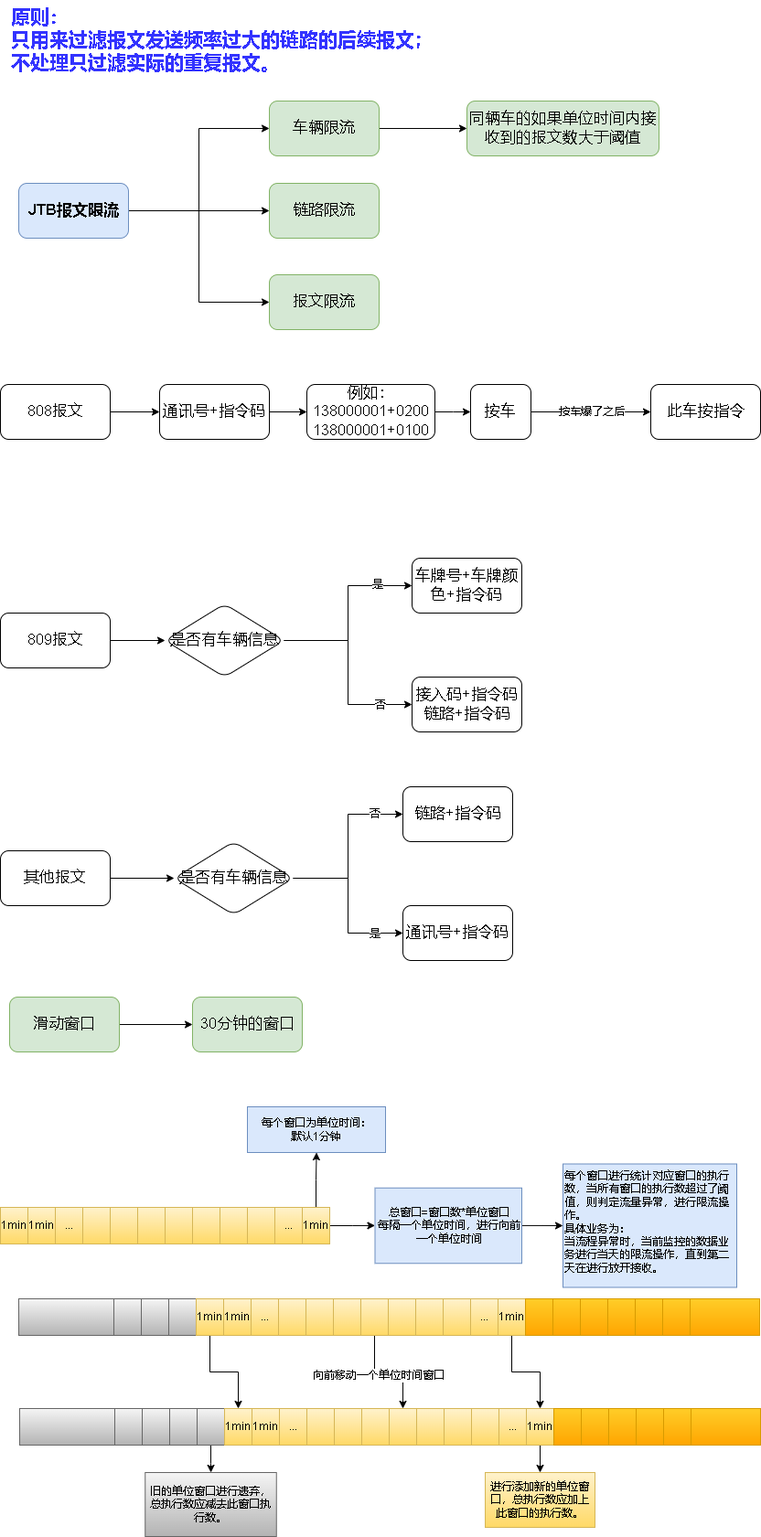
Above: jtb报文限流.drawio.png in xktder/draw (draw.io), before the change. Source tidied: cells renumbered, new cells last; positions are measured from the earlier drawing's top-left corner, leaving out a move shared by most shapes.
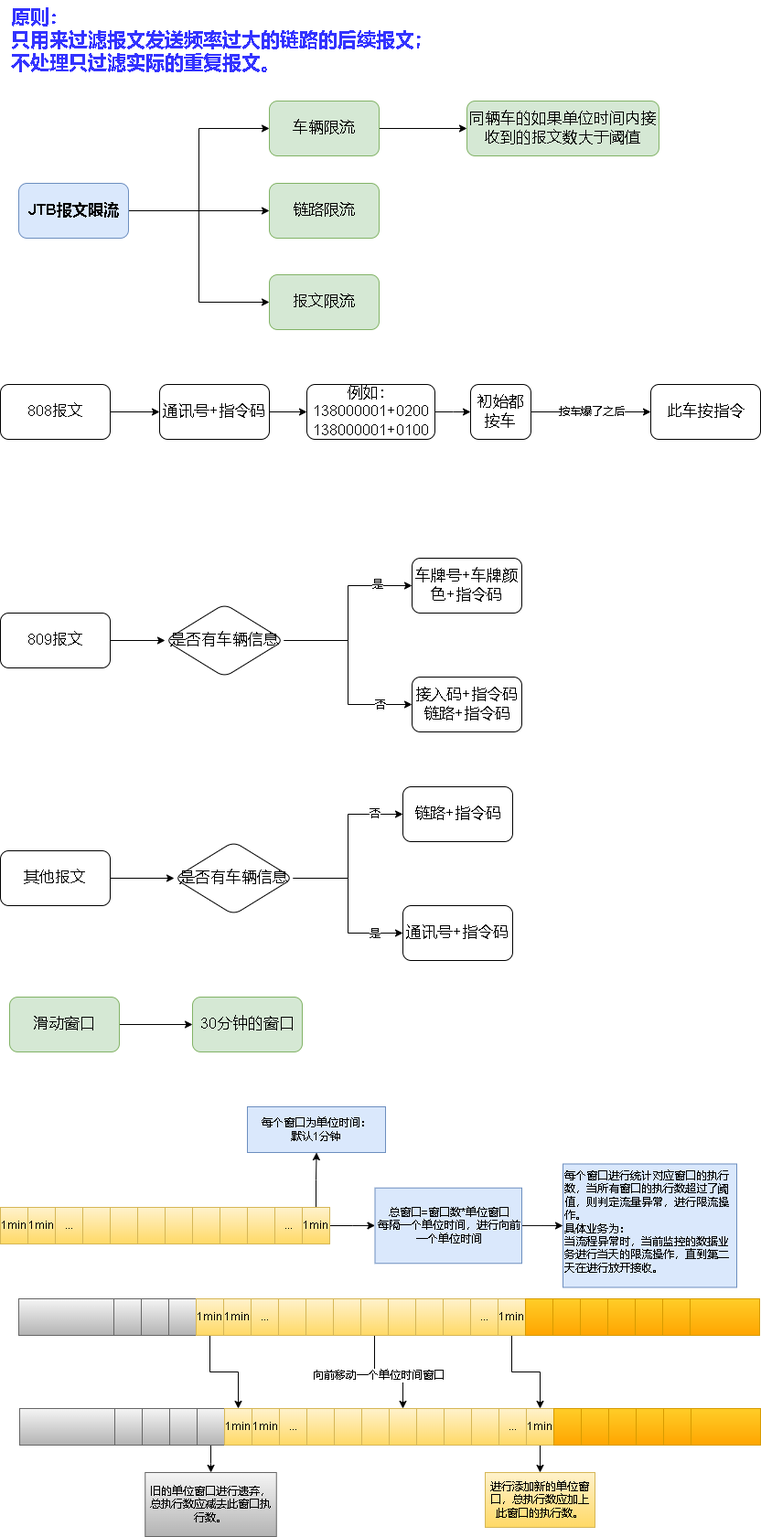
After the commit.

Commit message:
更新jtb报文限流.drawio.png

What changed in the source:
```diff
@@ -368,7 +368,7 @@
         <mxPoint x="13" as="offset" />
       </mxGeometry>
     </mxCell>
-    <mxCell id="115" value="按车" style="whiteSpace=wrap;html=1;fontSize=17;rounded=1;" parent="1" vertex="1">
+    <mxCell id="115" value="初始都&lt;br&gt;按车" style="whiteSpace=wrap;html=1;fontSize=17;rounded=1;" parent="1" vertex="1">
       <mxGeometry x="514" y="420" width="66" height="60" as="geometry" />
     </mxCell>
     <mxCell id="116" value="此车按指令" style="whiteSpace=wrap;html=1;fontSize=17;rounded=1;" parent="1" vertex="1">
```
